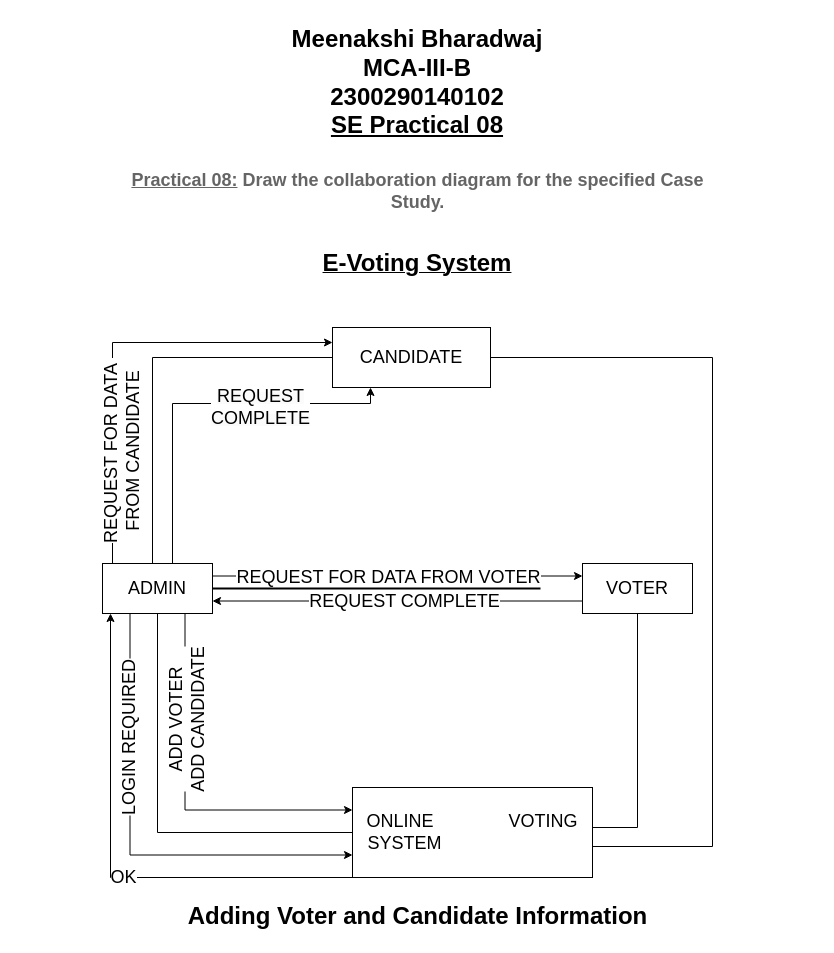
This is SE new 2.drawio from mbtions/drawioDiagrams, a draw.io file, before an edit. Source tidied: cells renumbered, new cells numbered last; positions are measured from the earlier drawing's top-left corner, leaving out a move shared by most shapes. Both pictures are drawn from the tidied source at 100%, with x=0, y=0 at pixel (17, 17).
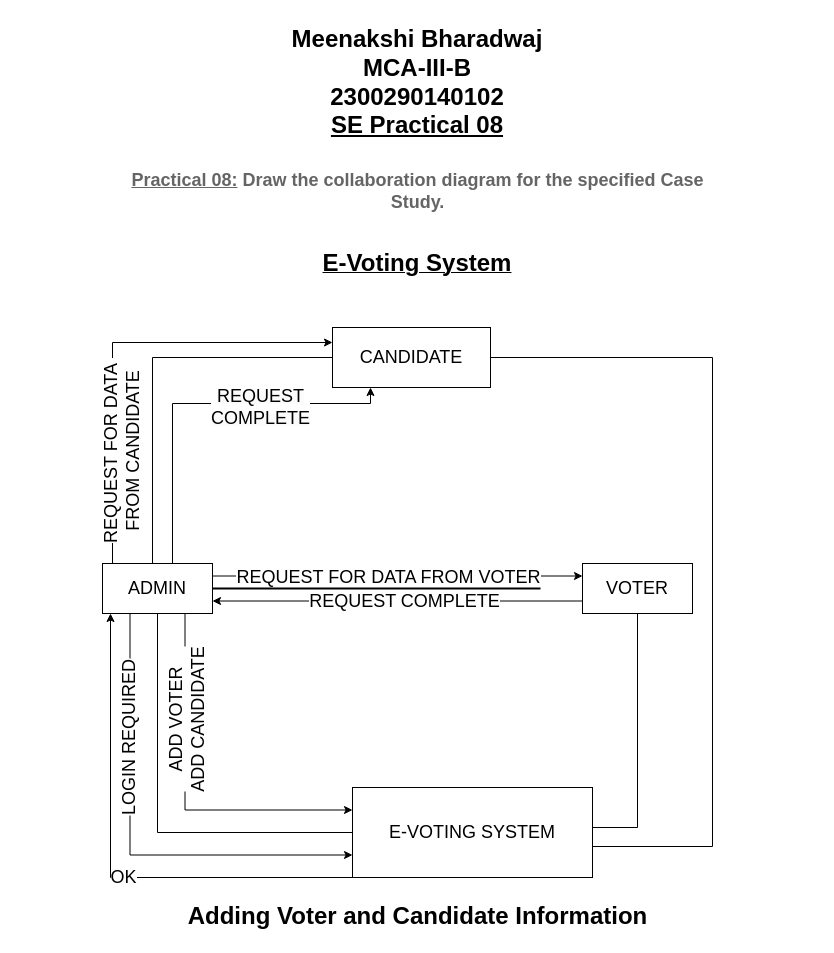
The same diagram, later.

Diff of the diagram source:
```diff
@@
-    <mxCell id="16" value="&lt;font style=&quot;font-size: 18px;&quot;&gt;ONLINE&amp;nbsp; &amp;nbsp; &amp;nbsp; &amp;nbsp; &amp;nbsp; &amp;nbsp; &amp;nbsp; &amp;nbsp;VOTING&lt;/font&gt;&lt;div&gt;&lt;span style=&quot;background-color: initial;&quot;&gt;&lt;font style=&quot;font-size: 18px;&quot;&gt;SYSTEM&amp;nbsp; &amp;nbsp; &amp;nbsp; &amp;nbsp; &amp;nbsp; &amp;nbsp;&amp;nbsp;&amp;nbsp; &amp;nbsp; &amp;nbsp; &amp;nbsp; &amp;nbsp; &amp;nbsp; &amp;nbsp; &amp;nbsp;&lt;/font&gt;&lt;/span&gt;&lt;/div&gt;" style="html=1;whiteSpace=wrap;" parent="1" vertex="1">
+    <mxCell id="16" value="&lt;font style=&quot;font-size: 18px;&quot;&gt;E-VOTING&amp;nbsp;&lt;/font&gt;&lt;span style=&quot;font-size: 18px; background-color: initial;&quot;&gt;SYSTEM&lt;/span&gt;" style="html=1;whiteSpace=wrap;" parent="1" vertex="1">
       <mxGeometry x="335" y="770" width="240" height="90" as="geometry" />
     </mxCell>
```
